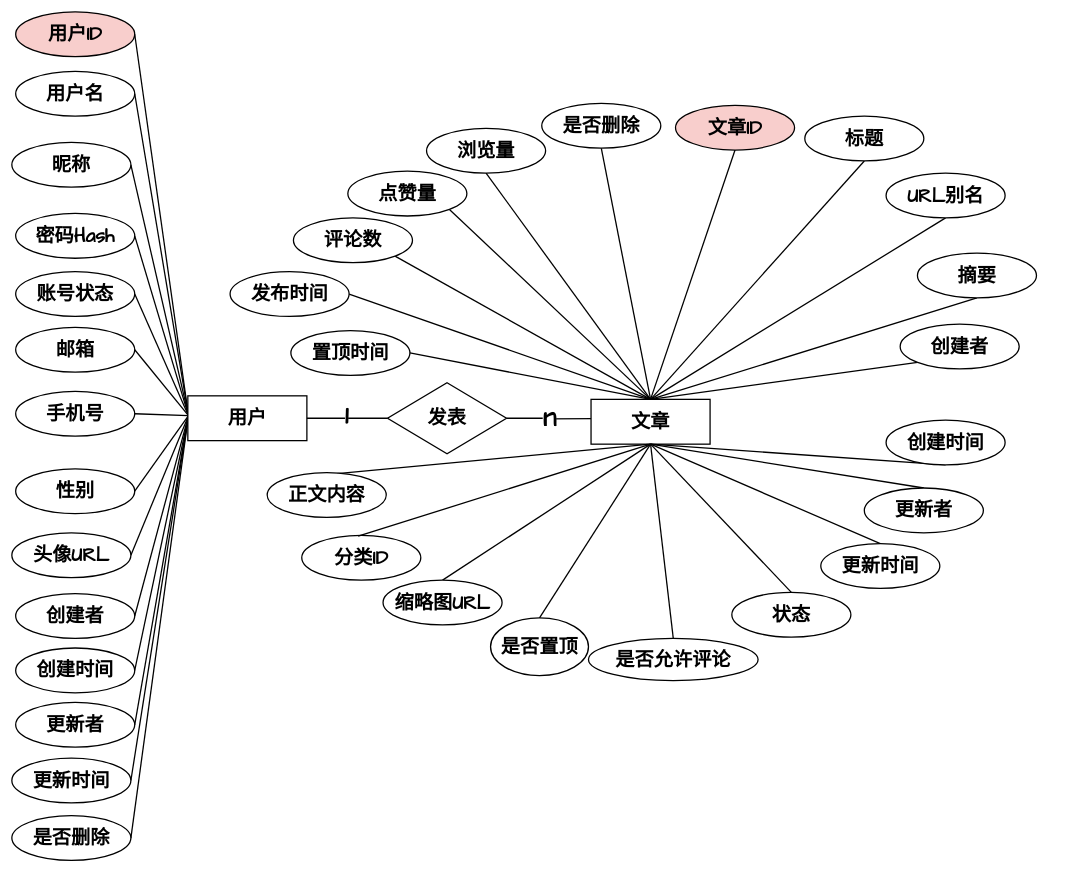
zhangbird050801/bird-blog keeps this draw.io diagram as graph/文章核心模块.drawio. Above is the earlier version. Source tidied: cells renumbered, new cells numbered last; positions are measured from the earlier drawing's top-left corner, leaving out a move shared by most shapes. Both pictures are drawn from the tidied source at 64%, with x=0, y=0 at pixel (12, 12).
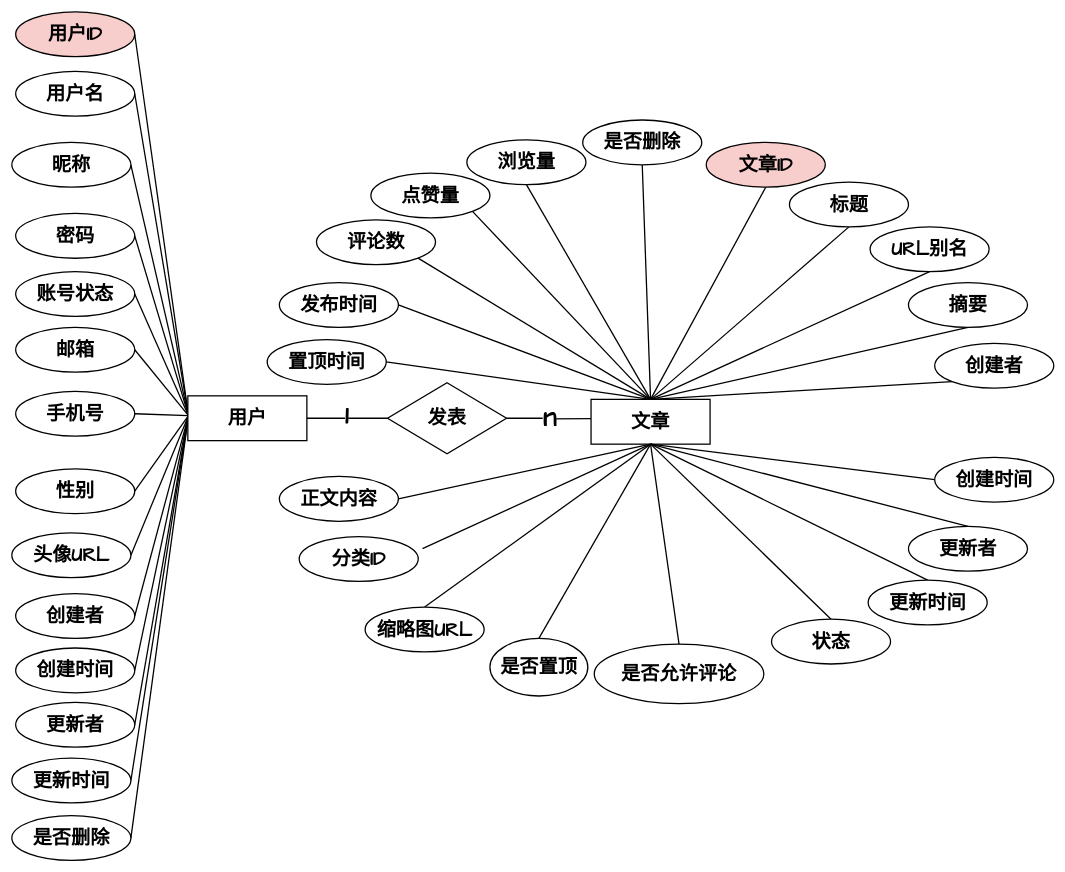
After the change.

Commit message (it also covers changes not shown here):
更新文章核心模块.drawio

Unchanged cells that the change refers to:
```xml
<mxCell id="36" value="文章" style="rounded=0;whiteSpace=wrap;html=1;fontSize=30;fontFamily=Comic Sans MS;strokeColor=default;strokeWidth=2;align=center;verticalAlign=middle;fontColor=default;labelBackgroundColor=default;fontStyle=1;" parent="1" vertex="1">
  <mxGeometry x="905" y="605.5" width="186" height="70" as="geometry" />
</mxCell>
```

Change to the diagram source:
```diff
@@
-    <mxCell id="18" value="密码Hash" style="ellipse;whiteSpace=wrap;html=1;fontSize=30;fontFamily=Comic Sans MS;rounded=0;strokeColor=default;strokeWidth=2;align=center;verticalAlign=middle;fontColor=default;labelBackgroundColor=default;fontStyle=1;" parent="1" vertex="1">
+    <mxCell id="18" value="密码" style="ellipse;whiteSpace=wrap;html=1;fontSize=30;fontFamily=Comic Sans MS;rounded=0;strokeColor=default;strokeWidth=2;align=center;verticalAlign=middle;fontColor=default;labelBackgroundColor=default;fontStyle=1;" parent="1" vertex="1">
       <mxGeometry x="6" y="315" width="186" height="70" as="geometry" />
     </mxCell>
@@
     <mxCell id="38" value="文章ID" style="whiteSpace=wrap;html=1;shape=ellipse;perimeter=ellipsePerimeter;fontSize=30;fontFamily=Comic Sans MS;fillColor=#f8cecc;strokeColor=default;rounded=0;strokeWidth=2;align=center;verticalAlign=middle;fontColor=default;labelBackgroundColor=none;fontStyle=1;" parent="1" vertex="1">
-      <mxGeometry x="1037" y="146" width="186" height="70" as="geometry" />
+      <mxGeometry x="1085" y="204" width="186" height="70" as="geometry" />
     </mxCell>
@@
     <mxCell id="40" value="URL别名" style="whiteSpace=wrap;html=1;shape=ellipse;perimeter=ellipsePerimeter;fontSize=30;fontFamily=Comic Sans MS;rounded=0;strokeColor=default;strokeWidth=2;align=center;verticalAlign=middle;fontColor=default;labelBackgroundColor=default;fontStyle=1;" parent="1" vertex="1">
-      <mxGeometry x="1366" y="252" width="186" height="70" as="geometry" />
+      <mxGeometry x="1341" y="336" width="186" height="70" as="geometry" />
     </mxCell>
@@
     <mxCell id="42" value="摘要" style="whiteSpace=wrap;html=1;rounded=0;shape=ellipse;perimeter=ellipsePerimeter;fontSize=30;fontFamily=Comic Sans MS;strokeColor=default;strokeWidth=2;align=center;verticalAlign=middle;fontColor=default;labelBackgroundColor=default;fontStyle=1;" parent="1" vertex="1">
-      <mxGeometry x="1415" y="377" width="186" height="70" as="geometry" />
+      <mxGeometry x="1401" y="423" width="186" height="70" as="geometry" />
     </mxCell>
-    <mxCell id="43" style="rounded=0;jettySize=auto;html=1;exitX=0.5;exitY=1;exitDx=0;exitDy=0;endArrow=none;endFill=0;fontSize=30;fontFamily=Comic Sans MS;strokeColor=default;strokeWidth=2;align=center;verticalAlign=middle;fontColor=default;labelBackgroundColor=default;fontStyle=1;entryX=0.5;entryY=1;entryDx=0;entryDy=0;" parent="1" edge="1" source="44" target="36">
+    <mxCell id="43" style="rounded=0;jettySize=auto;html=1;exitX=0;exitY=0.5;exitDx=0;exitDy=0;endArrow=none;endFill=0;fontSize=30;fontFamily=Comic Sans MS;strokeColor=default;strokeWidth=2;align=center;verticalAlign=middle;fontColor=default;labelBackgroundColor=default;fontStyle=1;entryX=0.5;entryY=1;entryDx=0;entryDy=0;" parent="1" edge="1" source="44" target="36">
       <mxGeometry relative="1" as="geometry" />
     </mxCell>
     <mxCell id="44" value="创建时间" style="whiteSpace=wrap;html=1;shape=ellipse;perimeter=ellipsePerimeter;fontSize=30;fontFamily=Comic Sans MS;rounded=0;strokeColor=default;strokeWidth=2;align=center;verticalAlign=middle;fontColor=default;labelBackgroundColor=default;fontStyle=1;" parent="1" vertex="1">
-      <mxGeometry x="1366" y="638" width="186" height="70" as="geometry" />
+      <mxGeometry x="1442" y="696" width="186" height="70" as="geometry" />
     </mxCell>
@@
     <mxCell id="46" value="更新时间" style="whiteSpace=wrap;html=1;shape=ellipse;perimeter=ellipsePerimeter;fontSize=30;fontFamily=Comic Sans MS;rounded=0;strokeColor=default;strokeWidth=2;align=center;verticalAlign=middle;fontColor=default;labelBackgroundColor=default;fontStyle=1;" parent="1" vertex="1">
-      <mxGeometry x="1264" y="831" width="186" height="70" as="geometry" />
+      <mxGeometry x="1338" y="888" width="186" height="70" as="geometry" />
     </mxCell>
@@
     <mxCell id="48" value="更新者" style="whiteSpace=wrap;html=1;shape=ellipse;perimeter=ellipsePerimeter;fontSize=30;fontFamily=Comic Sans MS;rounded=0;strokeColor=default;strokeWidth=2;align=center;verticalAlign=middle;fontColor=default;labelBackgroundColor=default;fontStyle=1;" parent="1" vertex="1">
-      <mxGeometry x="1332" y="744" width="186" height="70" as="geometry" />
+      <mxGeometry x="1401" y="804" width="186" height="70" as="geometry" />
     </mxCell>
-    <mxCell id="49" style="rounded=0;jettySize=auto;html=1;exitX=0.587;exitY=0.021;exitDx=0;exitDy=0;endArrow=none;endFill=0;fontSize=30;fontFamily=Comic Sans MS;entryX=0.5;entryY=1;entryDx=0;entryDy=0;exitPerimeter=0;strokeColor=default;strokeWidth=2;align=center;verticalAlign=middle;fontColor=default;labelBackgroundColor=default;fontStyle=1;" parent="1" edge="1" source="50" target="36">
+    <mxCell id="49" style="rounded=0;jettySize=auto;html=1;exitX=1;exitY=0.5;exitDx=0;exitDy=0;endArrow=none;endFill=0;fontSize=30;fontFamily=Comic Sans MS;entryX=0.5;entryY=1;entryDx=0;entryDy=0;strokeColor=default;strokeWidth=2;align=center;verticalAlign=middle;fontColor=default;labelBackgroundColor=default;fontStyle=1;" parent="1" edge="1" source="50" target="36">
       <mxGeometry relative="1" as="geometry" />
     </mxCell>
     <mxCell id="50" value="正文内容" style="whiteSpace=wrap;html=1;shape=ellipse;perimeter=ellipsePerimeter;fontSize=30;fontFamily=Comic Sans MS;rounded=0;strokeColor=default;strokeWidth=2;align=center;verticalAlign=middle;fontColor=default;labelBackgroundColor=default;fontStyle=1;" parent="1" vertex="1">
-      <mxGeometry x="399" y="720" width="186" height="70" as="geometry" />
+      <mxGeometry x="418" y="726" width="186" height="70" as="geometry" />
     </mxCell>
@@
     <mxCell id="52" value="标题" style="whiteSpace=wrap;html=1;rounded=0;strokeColor=default;align=center;verticalAlign=middle;fontFamily=Comic Sans MS;fontSize=30;fontColor=default;fillColor=default;shape=ellipse;perimeter=ellipsePerimeter;strokeWidth=2;labelBackgroundColor=default;fontStyle=1;" parent="1" vertex="1">
-      <mxGeometry x="1239" y="163" width="186" height="70" as="geometry" />
+      <mxGeometry x="1215" y="266" width="186" height="70" as="geometry" />
     </mxCell>
@@
     <mxCell id="54" value="是否删除" style="whiteSpace=wrap;html=1;shape=ellipse;perimeter=ellipsePerimeter;fontSize=30;fontFamily=Comic Sans MS;rounded=0;strokeColor=default;strokeWidth=2;align=center;verticalAlign=middle;fontColor=default;labelBackgroundColor=default;fontStyle=1;" parent="1" vertex="1">
-      <mxGeometry x="828" y="143" width="186" height="70" as="geometry" />
+      <mxGeometry x="892" y="169" width="186" height="70" as="geometry" />
     </mxCell>
     <mxCell id="55" value="是否置顶" style="whiteSpace=wrap;html=1;shape=ellipse;perimeter=ellipsePerimeter;fontSize=30;fontFamily=Comic Sans MS;rounded=0;strokeColor=default;strokeWidth=2;align=center;verticalAlign=middle;fontColor=default;labelBackgroundColor=default;fontStyle=1;" parent="1" vertex="1">
-      <mxGeometry x="748" y="947" width="153" height="90" as="geometry" />
+      <mxGeometry x="747" y="979" width="153" height="90" as="geometry" />
     </mxCell>
@@
     <mxCell id="57" value="缩略图URL" style="whiteSpace=wrap;html=1;shape=ellipse;perimeter=ellipsePerimeter;fontSize=30;fontFamily=Comic Sans MS;rounded=0;strokeColor=default;strokeWidth=2;align=center;verticalAlign=middle;fontColor=default;labelBackgroundColor=default;fontStyle=1;" parent="1" vertex="1">
-      <mxGeometry x="580" y="888" width="186" height="70" as="geometry" />
+      <mxGeometry x="552" y="930" width="186" height="70" as="geometry" />
     </mxCell>
@@
     <mxCell id="59" value="状态" style="whiteSpace=wrap;html=1;rounded=0;shape=ellipse;perimeter=ellipsePerimeter;fontSize=30;fontFamily=Comic Sans MS;strokeColor=default;strokeWidth=2;align=center;verticalAlign=middle;fontColor=default;labelBackgroundColor=default;fontStyle=1;" parent="1" vertex="1">
-      <mxGeometry x="1125" y="907" width="186" height="70" as="geometry" />
+      <mxGeometry x="1187" y="949" width="186" height="70" as="geometry" />
     </mxCell>
     <mxCell id="60" value="是否允许评论" style="whiteSpace=wrap;html=1;shape=ellipse;perimeter=ellipsePerimeter;fontSize=30;fontFamily=Comic Sans MS;rounded=0;strokeColor=default;strokeWidth=2;align=center;verticalAlign=middle;fontColor=default;labelBackgroundColor=default;fontStyle=1;" parent="1" vertex="1">
-      <mxGeometry x="901" y="979" width="265" height="66" as="geometry" />
+      <mxGeometry x="910" y="988" width="265" height="93" as="geometry" />
     </mxCell>
@@
     <mxCell id="62" value="置顶时间" style="whiteSpace=wrap;html=1;shape=ellipse;perimeter=ellipsePerimeter;fontSize=30;fontFamily=Comic Sans MS;rounded=0;strokeColor=default;strokeWidth=2;align=center;verticalAlign=middle;fontColor=default;labelBackgroundColor=default;fontStyle=1;" parent="1" vertex="1">
-      <mxGeometry x="436" y="498" width="186" height="70" as="geometry" />
+      <mxGeometry x="399" y="512" width="186" height="70" as="geometry" />
     </mxCell>
@@
     <mxCell id="64" value="浏览量" style="whiteSpace=wrap;html=1;shape=ellipse;perimeter=ellipsePerimeter;fontSize=30;fontFamily=Comic Sans MS;rounded=0;strokeColor=default;strokeWidth=2;align=center;verticalAlign=middle;fontColor=default;labelBackgroundColor=default;fontStyle=1;" parent="1" vertex="1">
-      <mxGeometry x="648" y="182" width="186" height="70" as="geometry" />
+      <mxGeometry x="711" y="200" width="186" height="70" as="geometry" />
     </mxCell>
@@
     <mxCell id="67" value="评论数" style="whiteSpace=wrap;html=1;rounded=0;shape=ellipse;perimeter=ellipsePerimeter;fontSize=30;fontFamily=Comic Sans MS;strokeColor=default;strokeWidth=2;align=center;verticalAlign=middle;fontColor=default;labelBackgroundColor=default;fontStyle=1;" parent="1" vertex="1">
-      <mxGeometry x="440" y="322" width="186" height="70" as="geometry" />
+      <mxGeometry x="476" y="325" width="186" height="70" as="geometry" />
     </mxCell>
@@
     <mxCell id="69" value="点赞量" style="whiteSpace=wrap;html=1;shape=ellipse;perimeter=ellipsePerimeter;fontSize=30;fontFamily=Comic Sans MS;rounded=0;strokeColor=default;strokeWidth=2;align=center;verticalAlign=middle;fontColor=default;labelBackgroundColor=default;fontStyle=1;" parent="1" vertex="1">
-      <mxGeometry x="525" y="249" width="186" height="70" as="geometry" />
+      <mxGeometry x="561" y="252" width="186" height="70" as="geometry" />
     </mxCell>
     <mxCell id="70" value="发布时间" style="whiteSpace=wrap;html=1;shape=ellipse;perimeter=ellipsePerimeter;fontSize=30;fontFamily=Comic Sans MS;rounded=0;strokeColor=default;strokeWidth=2;align=center;verticalAlign=middle;fontColor=default;labelBackgroundColor=default;fontStyle=1;" parent="1" vertex="1">
-      <mxGeometry x="341" y="406" width="186" height="70" as="geometry" />
+      <mxGeometry x="418" y="423" width="186" height="70" as="geometry" />
     </mxCell>
@@
     <mxCell id="74" value="创建者" style="ellipse;whiteSpace=wrap;html=1;fontSize=30;fontFamily=Comic Sans MS;rounded=0;strokeColor=default;strokeWidth=2;align=center;verticalAlign=middle;fontColor=default;labelBackgroundColor=default;fontStyle=1;" parent="1" vertex="1">
-      <mxGeometry x="1388" y="488" width="186" height="70" as="geometry" />
+      <mxGeometry x="1442" y="518" width="186" height="70" as="geometry" />
     </mxCell>
     <mxCell id="75" value="分类ID" style="whiteSpace=wrap;html=1;rounded=0;shape=ellipse;perimeter=ellipsePerimeter;fontSize=30;fontFamily=Comic Sans MS;strokeColor=default;strokeWidth=2;align=center;verticalAlign=middle;fontColor=default;labelBackgroundColor=default;fontStyle=1;" parent="1" vertex="1">
-      <mxGeometry x="453" y="818" width="186" height="70" as="geometry" />
+      <mxGeometry x="449" y="820" width="186" height="70" as="geometry" />
     </mxCell>
-    <mxCell id="76" style="rounded=0;jettySize=auto;html=1;endArrow=none;endFill=0;fontSize=30;fontFamily=Comic Sans MS;entryX=0.5;entryY=1;entryDx=0;entryDy=0;exitX=0.474;exitY=0.019;exitDx=0;exitDy=0;exitPerimeter=0;strokeColor=default;strokeWidth=2;align=center;verticalAlign=middle;fontColor=default;labelBackgroundColor=default;fontStyle=1;" parent="1" edge="1" source="75" target="36">
+    <mxCell id="76" style="rounded=0;jettySize=auto;html=1;endArrow=none;endFill=0;fontSize=30;fontFamily=Comic Sans MS;entryX=0.5;entryY=1;entryDx=0;entryDy=0;exitX=1.036;exitY=0.267;exitDx=0;exitDy=0;exitPerimeter=0;strokeColor=default;strokeWidth=2;align=center;verticalAlign=middle;fontColor=default;labelBackgroundColor=default;fontStyle=1;" parent="1" edge="1" source="75" target="36">
       <mxGeometry relative="1" as="geometry" />
     </mxCell>
```
